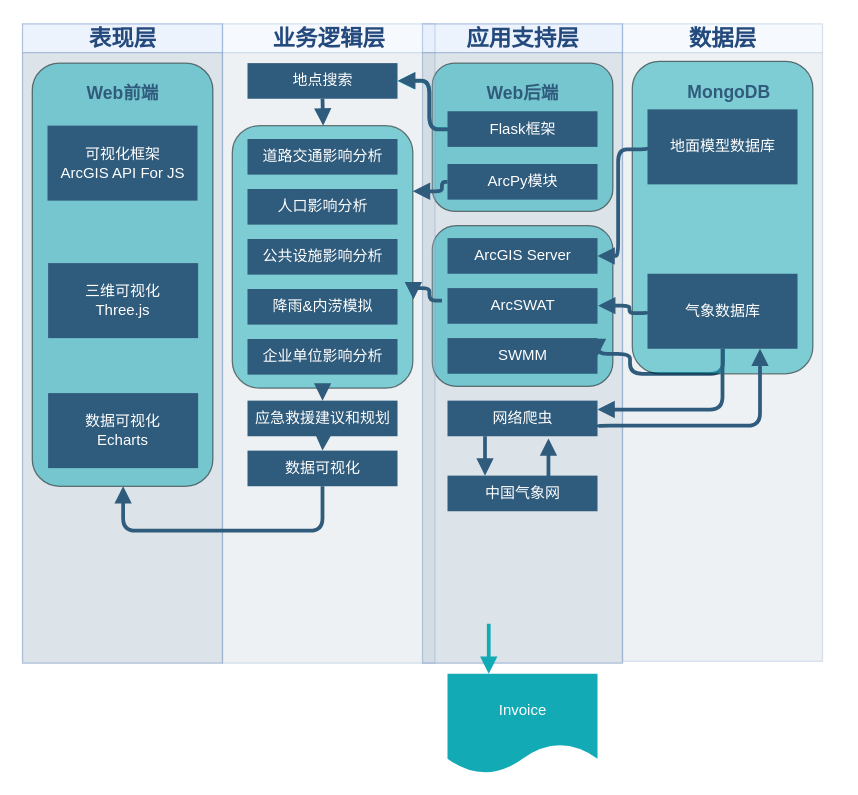
LingXuanYin/buf keeps this draw.io diagram as 1.drawio. Above is the earlier version. Source tidied: cells renumbered, new cells numbered last; positions are measured from the earlier drawing's top-left corner, leaving out a move shared by most shapes. Both pictures are drawn from the tidied source at 125%, with x=0, y=0 at pixel (21, 22).
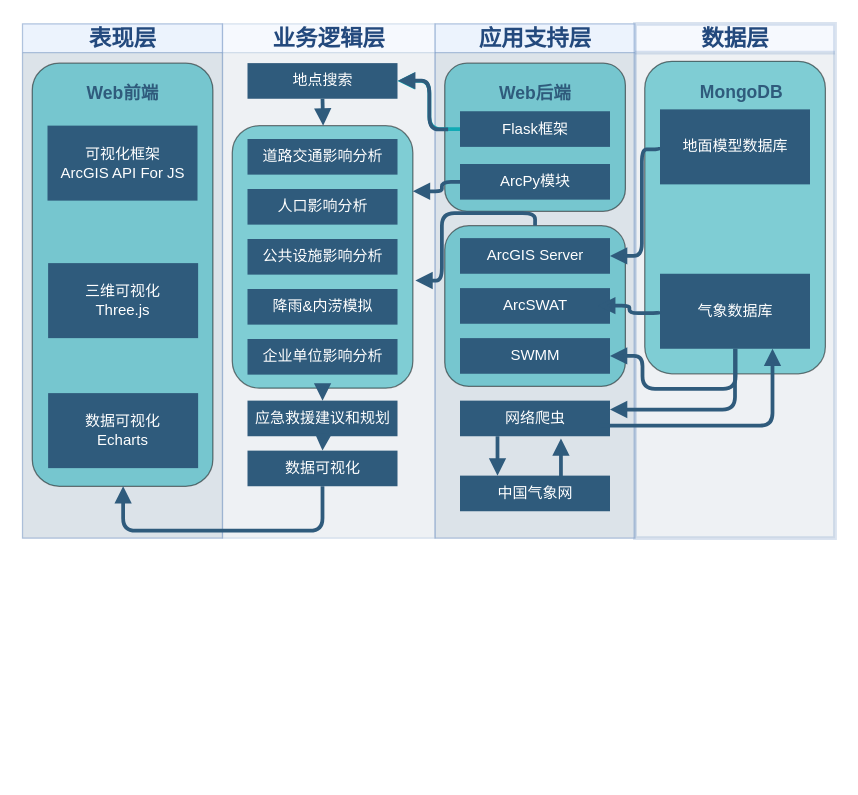
Above is the later version.

The change refers to these unchanged cells:
```xml
<mxCell id="3" style="rounded=1;whiteSpace=wrap;html=1;fillColor=#12AAB5;opacity=50;" parent="2" vertex="1">
  <mxGeometry x="7.8" y="161.5" width="144.5" height="128.5" as="geometry" />
</mxCell>
<mxCell id="10" value="SWMM" style="whiteSpace=wrap;shadow=0;fontColor=#FFFFFF;fontFamily=Helvetica;fontStyle=0;html=1;fontSize=12;plain-purple;strokeColor=none;fillColor=#2f5b7c;gradientColor=none;spacing=6;verticalAlign=middle;" parent="2" vertex="1">
  <mxGeometry x="20" y="251.5" width="120" height="28.5" as="geometry" />
</mxCell>
<mxCell id="12" value="网络爬虫" style="whiteSpace=wrap;shadow=0;fontColor=#FFFFFF;fontFamily=Helvetica;fontStyle=0;html=1;fontSize=12;plain-purple;strokeColor=none;fillColor=#2f5b7c;gradientColor=none;spacing=6;verticalAlign=middle;" parent="2" vertex="1">
  <mxGeometry x="20" y="301.5" width="120" height="28.5" as="geometry" />
</mxCell>
<mxCell id="14" value="ArcGIS Server" style="whiteSpace=wrap;shadow=0;fontColor=#FFFFFF;fontFamily=Helvetica;fontStyle=0;html=1;fontSize=12;plain-purple;strokeColor=none;fillColor=#2f5b7c;gradientColor=none;spacing=6;verticalAlign=middle;" parent="2" vertex="1">
  <mxGeometry x="20" y="171.5" width="120" height="28.5" as="geometry" />
</mxCell>
<mxCell id="24" style="rounded=1;whiteSpace=wrap;html=1;fillColor=#12AAB5;opacity=50;" parent="23" vertex="1">
  <mxGeometry x="7.8" y="81.5" width="144.5" height="210" as="geometry" />
</mxCell>
<mxCell id="39" value="地面模型数据库" style="whiteSpace=wrap;strokeColor=none;fillColor=#2f5b7c;shadow=0;fontColor=#FFFFFF;fontFamily=Helvetica;fontStyle=0;html=1;fontSize=12;spacing=6;verticalAlign=middle;" parent="35" vertex="1">
  <mxGeometry x="20" y="68.5" width="120" height="60" as="geometry" />
</mxCell>
<mxCell id="40" value="气象数据库" style="whiteSpace=wrap;strokeColor=none;fillColor=#2f5b7c;shadow=0;fontColor=#FFFFFF;fontFamily=Helvetica;fontStyle=0;html=1;fontSize=12;spacing=6;verticalAlign=middle;" parent="35" vertex="1">
  <mxGeometry x="20" y="200" width="120" height="60" as="geometry" />
</mxCell>
```

Change to the diagram source:
```diff
@@
     <mxCell id="2" value="&lt;font color=&quot;#23497d&quot; style=&quot;font-size: 18px;&quot;&gt;应用支持层&lt;/font&gt;" style="swimlane;whiteSpace=wrap;fillColor=#dae8fc;swimlaneFillColor=#BAC8D3;fontFamily=Tahoma;html=1;strokeColor=#6c8ebf;opacity=50;fontSize=18;swimlaneLine=1;" parent="1" vertex="1">
-      <mxGeometry x="320.5" y="0.5" width="160" height="511.5" as="geometry" />
+      <mxGeometry x="330.5" y="0.5" width="160" height="411.5" as="geometry" />
     </mxCell>
@@
-    <mxCell id="4" value="Invoice" style="shape=document;whiteSpace=wrap;verticalAlign=middle;strokeColor=none;fillColor=#12aab5;shadow=0;fontColor=#FFFFFF;fontFamily=Helvetica;fontStyle=0;html=1;fontSize=12;spacing=6;spacingBottom=22;" parent="2" vertex="1">
-      <mxGeometry x="20" y="520" width="120" height="80" as="geometry" />
-    </mxCell>
-    <mxCell id="5" style="edgeStyle=segmentEdgeStyle;strokeColor=#12AAB5;strokeWidth=3;html=1;endArrow=block;endFill=1;" parent="2" edge="1" target="4">
-      <mxGeometry relative="1" as="geometry">
-        <mxPoint x="53" y="480" as="sourcePoint" />
-        <Array as="points">
-          <mxPoint x="53" y="501" />
-          <mxPoint x="53" y="501" />
-        </Array>
-      </mxGeometry>
-    </mxCell>
@@
     <mxCell id="17" value="&lt;font color=&quot;#23497d&quot; style=&quot;font-size: 18px;&quot;&gt;表现层&lt;/font&gt;" style="swimlane;whiteSpace=wrap;fillColor=#dae8fc;swimlaneFillColor=#BAC8D3;fontFamily=Tahoma;html=1;strokeColor=#6c8ebf;opacity=50;fontSize=18;swimlaneLine=1;" parent="1" vertex="1">
-      <mxGeometry x="0.5" y="0.5" width="160" height="511.5" as="geometry" />
+      <mxGeometry x="0.5" y="0.5" width="160" height="411.5" as="geometry" />
     </mxCell>
@@
     <mxCell id="23" value="&lt;font color=&quot;#23497d&quot; style=&quot;font-size: 18px;&quot;&gt;业务逻辑层&lt;/font&gt;" style="swimlane;whiteSpace=wrap;fillColor=#dae8fc;swimlaneFillColor=#BAC8D3;fontFamily=Tahoma;html=1;strokeColor=#6c8ebf;opacity=25;startSize=23;fontSize=18;swimlaneLine=1;" parent="1" vertex="1">
-      <mxGeometry x="160.5" y="0.5" width="170" height="511.5" as="geometry" />
+      <mxGeometry x="160.5" y="0.5" width="170" height="411.5" as="geometry" />
     </mxCell>
@@
-    <mxCell id="35" value="&lt;font color=&quot;#23497d&quot; style=&quot;font-size: 18px;&quot;&gt;数据层&lt;/font&gt;" style="swimlane;whiteSpace=wrap;fillColor=#dae8fc;swimlaneFillColor=#BAC8D3;fontFamily=Tahoma;html=1;strokeColor=#6c8ebf;opacity=25;fontSize=18;swimlaneLine=1;" parent="1" vertex="1">
-      <mxGeometry x="480.5" y="0.5" width="160" height="510" as="geometry" />
+    <mxCell id="35" value="&lt;font color=&quot;#23497d&quot; style=&quot;font-size: 18px;&quot;&gt;数据层&lt;/font&gt;" style="swimlane;whiteSpace=wrap;fillColor=#dae8fc;swimlaneFillColor=#BAC8D3;fontFamily=Tahoma;html=1;strokeColor=#6c8ebf;opacity=25;fontSize=18;swimlaneLine=1;strokeWidth=3;" parent="1" vertex="1">
+      <mxGeometry x="490.5" y="0.5" width="160" height="411.5" as="geometry" />
     </mxCell>
-    <mxCell id="36" style="edgeStyle=segmentEdgeStyle;strokeColor=#2F5B7C;strokeWidth=3;html=1;endArrow=block;endFill=1;entryX=1;entryY=0.5;entryDx=0;entryDy=0;" parent="35" edge="1" target="10">
-      <mxGeometry x="80.5" y="260" as="geometry">
-        <mxPoint x="80.5" y="260" as="sourcePoint" />
-        <Array as="points">
-          <mxPoint x="81" y="280" />
-          <mxPoint x="6" y="280" />
-          <mxPoint x="6" y="264" />
-        </Array>
-      </mxGeometry>
-    </mxCell>
@@
+    <mxCell id="36" style="edgeStyle=segmentEdgeStyle;strokeColor=#2F5B7C;strokeWidth=3;html=1;endArrow=block;endFill=1;entryX=1;entryY=0.5;entryDx=0;entryDy=0;" parent="35" edge="1" target="10">
+      <mxGeometry x="80.5" y="260" as="geometry">
+        <mxPoint x="80.5" y="260" as="sourcePoint" />
+        <Array as="points">
+          <mxPoint x="81" y="292" />
+          <mxPoint x="6" y="292" />
+          <mxPoint x="6" y="266" />
+        </Array>
+      </mxGeometry>
+    </mxCell>
@@
-    <mxCell id="46" style="edgeStyle=segmentEdgeStyle;strokeColor=#2F5B7C;strokeWidth=3;html=1;endArrow=block;endFill=1;exitX=0.054;exitY=0.467;exitDx=0;exitDy=0;entryX=1.003;entryY=0.662;entryDx=0;entryDy=0;exitPerimeter=0;entryPerimeter=0;" parent="1" edge="1" source="3" target="24">
-      <mxGeometry x="184.5" y="453.5" as="geometry">
-        <Array as="points">
-          <mxPoint x="326" y="222" />
-          <mxPoint x="326" y="212" />
-          <mxPoint x="313" y="212" />
-        </Array>
-      </mxGeometry>
-    </mxCell>
@@
     <mxCell id="48" style="edgeStyle=segmentEdgeStyle;strokeColor=#2F5B7C;strokeWidth=3;html=1;endArrow=block;endFill=1;entryX=1;entryY=0.25;entryDx=0;entryDy=0;exitX=0.5;exitY=1;exitDx=0;exitDy=0;" parent="1" edge="1" source="40" target="12">
       <mxGeometry x="108.2" y="310" as="geometry">
         <Array as="points">
-          <mxPoint x="561" y="309" />
+          <mxPoint x="571" y="309" />
         </Array>
       </mxGeometry>
     </mxCell>
@@
     <mxCell id="50" style="edgeStyle=segmentEdgeStyle;strokeColor=#2F5B7C;strokeWidth=3;html=1;endArrow=block;endFill=1;entryX=1;entryY=0.5;entryDx=0;entryDy=0;exitX=0;exitY=0.5;exitDx=0;exitDy=0;" parent="1" edge="1" source="39" target="14">
       <mxGeometry x="484.5" y="178.5" as="geometry">
         <Array as="points">
-          <mxPoint x="477" y="101" />
-          <mxPoint x="477" y="186" />
+          <mxPoint x="511" y="101" />
+          <mxPoint x="496" y="101" />
+          <mxPoint x="496" y="186" />
         </Array>
       </mxGeometry>
     </mxCell>
+    <mxCell id="46" style="edgeStyle=segmentEdgeStyle;strokeColor=#2F5B7C;strokeWidth=3;html=1;endArrow=block;endFill=1;exitX=0.5;exitY=0;exitDx=0;exitDy=0;entryX=1.014;entryY=0.59;entryDx=0;entryDy=0;entryPerimeter=0;" parent="1" edge="1" source="3" target="24">
+      <mxGeometry x="184.5" y="453.5" as="geometry">
+        <Array as="points">
+          <mxPoint x="411" y="152" />
+          <mxPoint x="336" y="152" />
+          <mxPoint x="336" y="206" />
+        </Array>
+      </mxGeometry>
+    </mxCell>
```
